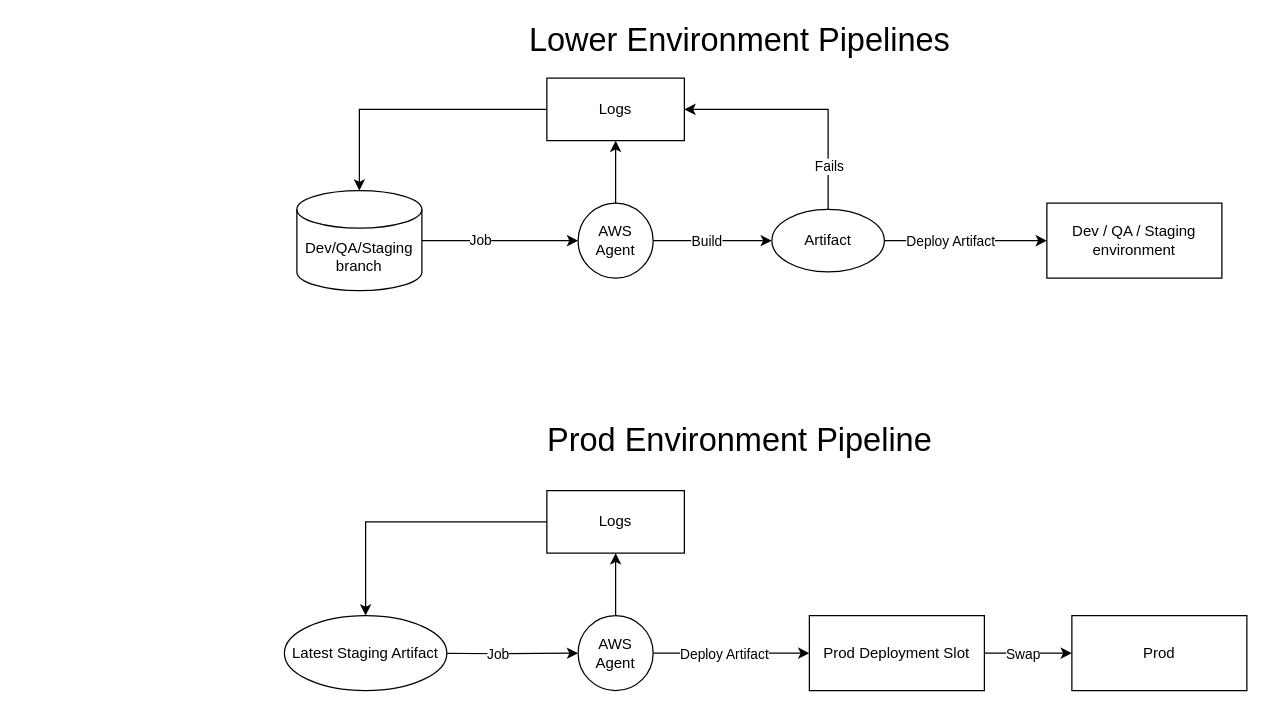
tarek-alabbar/dotnetApp keeps this draw.io diagram as page "Page-2" (2 of 2) of Untitled Diagram.drawio. Above is the earlier version. Source tidied: cells renumbered, new cells numbered last; positions are measured from the earlier drawing's top-left corner, leaving out a move shared by most shapes. Both pictures are drawn from the tidied source at 125%, with x=0, y=0 at pixel (284, 28).
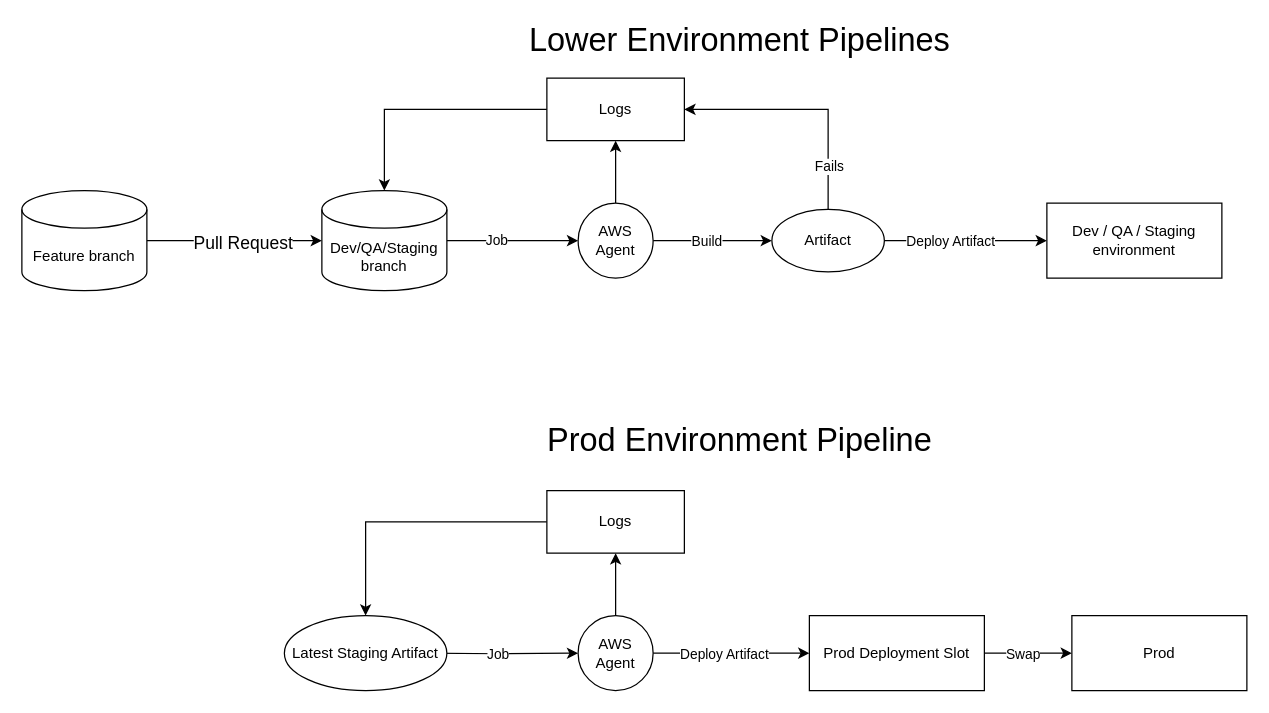
The same diagram, later.

Change to the diagram source:
```diff
@@
     <mxCell id="4" value="Dev/QA/Staging branch" style="shape=cylinder3;whiteSpace=wrap;html=1;boundedLbl=1;backgroundOutline=1;size=15;" parent="1" vertex="1">
-      <mxGeometry x="10" y="130" width="100" height="80" as="geometry" />
+      <mxGeometry x="30" y="130" width="100" height="80" as="geometry" />
     </mxCell>
@@
+    <mxCell id="32" style="edgeStyle=orthogonalEdgeStyle;rounded=0;jettySize=auto;html=1;exitX=1;exitY=0.5;exitDx=0;exitDy=0;exitPerimeter=0;entryX=0;entryY=0.5;entryDx=0;entryDy=0;entryPerimeter=0;fontSize=26;" parent="1" edge="1" source="34" target="4">
+      <mxGeometry relative="1" as="geometry" />
+    </mxCell>
+    <mxCell id="33" value="&lt;font style=&quot;font-size: 14px&quot;&gt;Pull Request&lt;/font&gt;" style="edgeLabel;html=1;align=center;verticalAlign=middle;fontSize=26;" parent="32" vertex="1">
+      <mxGeometry x="0.16" y="-1" relative="1" as="geometry">
+        <mxPoint x="-5" y="-4" as="offset" />
+      </mxGeometry>
+    </mxCell>
+    <mxCell id="34" value="Feature branch" style="shape=cylinder3;whiteSpace=wrap;html=1;boundedLbl=1;backgroundOutline=1;size=15;" parent="1" vertex="1">
+      <mxGeometry x="-210" y="130" width="100" height="80" as="geometry" />
+    </mxCell>
```
